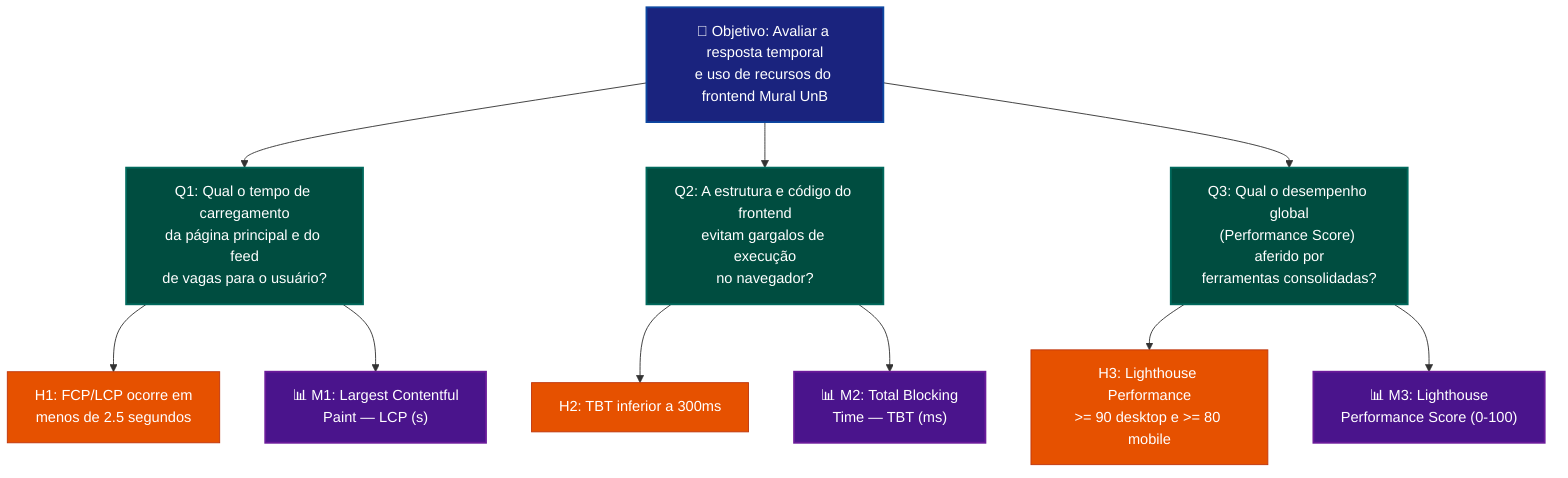
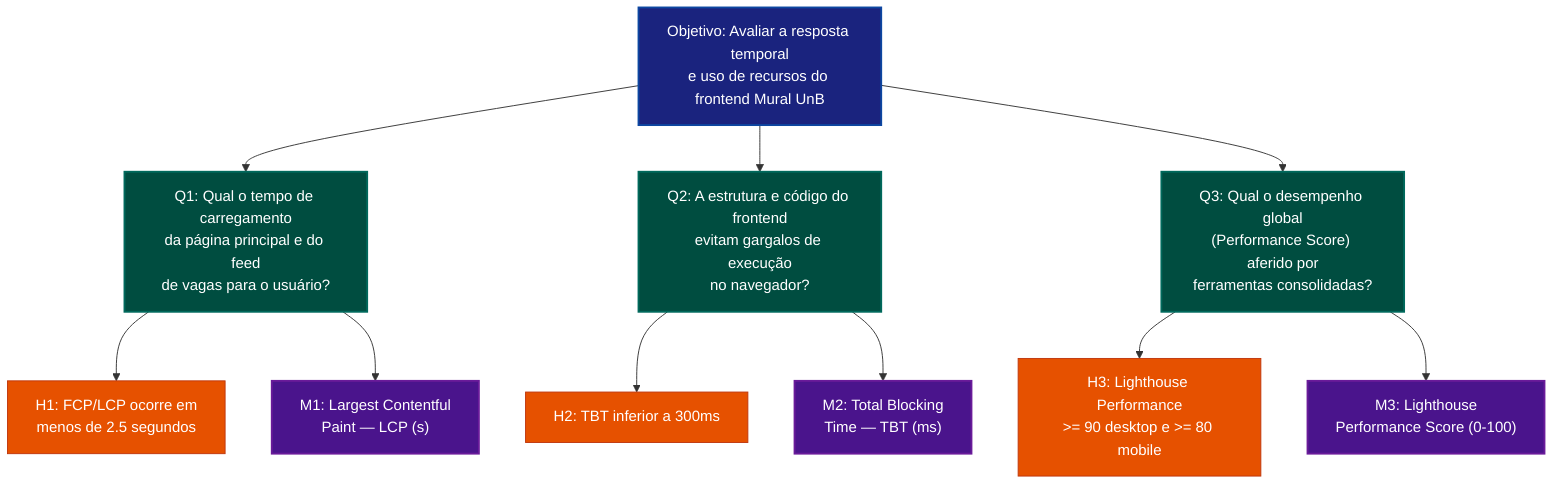
flowchart TB
-   OBJ["🎯 Objetivo: Avaliar a resposta temporal\ne uso de recursos do frontend Mural UnB"]
+   OBJ["Objetivo: Avaliar a resposta temporal\ne uso de recursos do frontend Mural UnB"]

  OBJ --> Q1["Q1: Qual o tempo de carregamento\nda página principal e do feed\nde vagas para o usuário?"]
  OBJ --> Q2["Q2: A estrutura e código do frontend\nevitam gargalos de execução\nno navegador?"]
  OBJ --> Q3["Q3: Qual o desempenho global\n(Performance Score) aferido por\nferramentas consolidadas?"]

  Q1 --> H1["H1: FCP/LCP ocorre em\nmenos de 2.5 segundos"]
  Q2 --> H2["H2: TBT inferior a 300ms"]
  Q3 --> H3["H3: Lighthouse Performance\n>= 90 desktop e >= 80 mobile"]

-   Q1 --> M1["📊 M1: Largest Contentful\nPaint — LCP (s)"]
-   Q2 --> M2["📊 M2: Total Blocking\nTime — TBT (ms)"]
-   Q3 --> M3["📊 M3: Lighthouse\nPerformance Score (0-100)"]
+   Q1 --> M1["M1: Largest Contentful\nPaint — LCP (s)"]
+   Q2 --> M2["M2: Total Blocking\nTime — TBT (ms)"]
+   Q3 --> M3["M3: Lighthouse\nPerformance Score (0-100)"]

  style OBJ fill:#1a237e,color:#fff,stroke:#0d47a1,stroke-width:2px
  style Q1 fill:#004d40,color:#fff,stroke:#00695c,stroke-width:2px
  style Q2 fill:#004d40,color:#fff,stroke:#00695c,stroke-width:2px
  style Q3 fill:#004d40,color:#fff,stroke:#00695c,stroke-width:2px
  style H1 fill:#e65100,color:#fff,stroke:#bf360c,stroke-width:1px
  style H2 fill:#e65100,color:#fff,stroke:#bf360c,stroke-width:1px
  style H3 fill:#e65100,color:#fff,stroke:#bf360c,stroke-width:1px
  style M1 fill:#4a148c,color:#fff,stroke:#6a1b9a,stroke-width:2px
  style M2 fill:#4a148c,color:#fff,stroke:#6a1b9a,stroke-width:2px
  style M3 fill:#4a148c,color:#fff,stroke:#6a1b9a,stroke-width:2px
